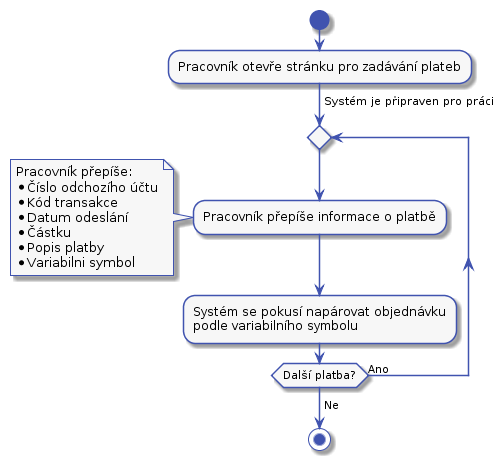
Before: docs/diagrams/out/uc-40-activity.png, a diagram exported from PlantUML (Internet-Handel/postman). Source of this version:
```plantuml
@startuml



skinparam activity {
    BorderColor #4053AF
    ArrowColor #4053AF
    FontName Roboto
    BackgroundColor #F7F7F7
    StartColor #4053AF
    EndColor #4053AF
}

skinparam activityDiamond {
    BorderColor #4053AF
    ArrowColor #4053AF
    FontName Roboto
    BackgroundColor #F7F7F7
}

skinparam actor {
    BorderColor #4053AF
    ArrowColor #4053AF
    FontName Roboto
    BackgroundColor #F7F7F7
}

skinparam useCase {
    BorderColor #4053AF
    ArrowColor #4053AF
    FontName Roboto
    BackgroundColor #F7F7F7
}

skinparam state {
    BorderColor #4053AF
    ArrowColor #4053AF
    FontName Roboto
    BackgroundColor #F7F7F7
}

skinparam sequence {
    ParticipantBorderColor #4053AF
    ParticipantBackgroundColor #F7F7F7
}

skinparam note {
    BorderColor #4053AF
    BackgroundColor #F7F7F7
}

skinparam object {
    BorderColor #4053AF
    BackgroundColor #F7F7F7
}


start

:Pracovník otevře stránku pro zadávání plateb;

-> Systém je připraven pro práci;

repeat

    :Pracovník přepíše informace o platbě;
note left
    Pracovník přepíše:
    * Číslo odchozího účtu
    * Kód transakce
    * Datum odeslání
    * Částku
    * Popis platby
    * Variabilni symbol
end note
:Systém se pokusí napárovat objednávku
podle variabilního symbolu;
repeat while (Další platba?) is (Ano)
->Ne;

stop
@enduml
```
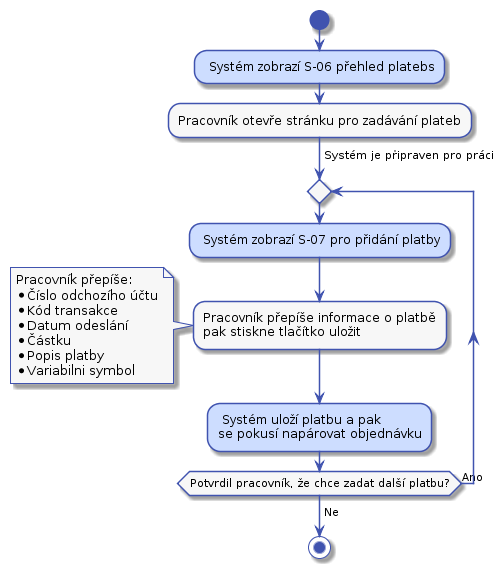
Later version of the same file.

What changed in the source:
```diff
@@ -57,13 +57,16 @@
 
 start
 
+#CDDDFF: Systém zobrazí S-06 přehled platebs;
+
 :Pracovník otevře stránku pro zadávání plateb;
 
 -> Systém je připraven pro práci;
 
 repeat
-
-    :Pracovník přepíše informace o platbě;
+    #CDDDFF: Systém zobrazí S-07 pro přidání platby;
+    :Pracovník přepíše informace o platbě
+    pak stiskne tlačítko uložit;
 note left
     Pracovník přepíše:
     * Číslo odchozího účtu
@@ -73,9 +76,9 @@
     * Popis platby
     * Variabilni symbol
 end note
-:Systém se pokusí napárovat objednávku
-podle variabilního symbolu;
-repeat while (Další platba?) is (Ano)
+#CDDDFF: Systém uloží platbu a pak
+se pokusí napárovat objednávku;
+repeat while (Potvrdil pracovník, že chce zadat další platbu?) is (Ano)
 ->Ne;
 
 stop
```
